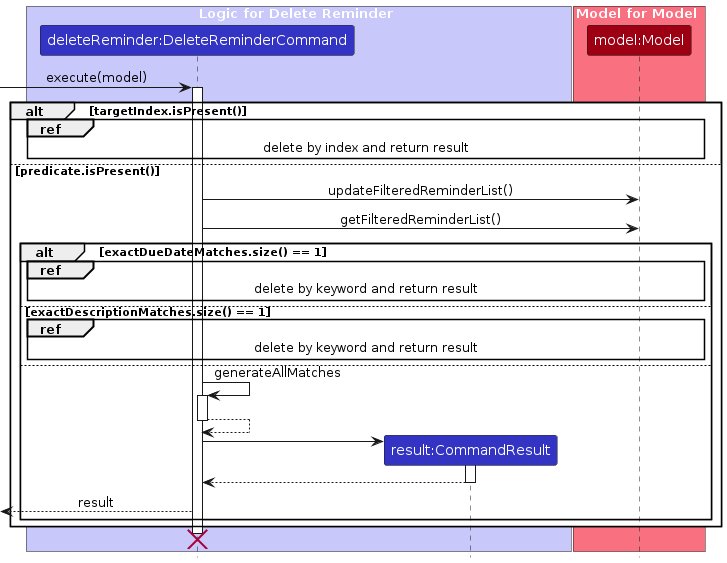
This is diagrams/DeleteReminderCommandSequenceDiagram.png from AY2526S1-CS2103T-F12-2/tp, a PlantUML export, as it was before one commit. Its source is kept beside it as diagrams/DeleteReminderCommandSequenceDiagram.puml.
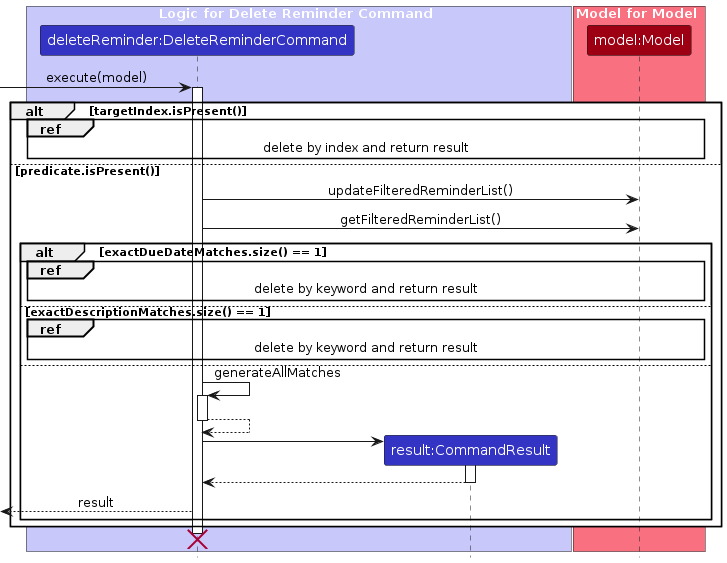
After the change.

What changed in the source:
```diff
@@ -2,7 +2,7 @@
 !include style.puml
 skinparam ArrowFontStyle plain
 
-box Logic for Delete Reminder LOGIC_COLOR_T1
+box Logic for Delete Reminder Command LOGIC_COLOR_T1
 participant "deleteReminder:DeleteReminderCommand" as DeleteReminderCommand LOGIC_COLOR
 participant "result:CommandResult" as CommandResult LOGIC_COLOR
 end box
```
